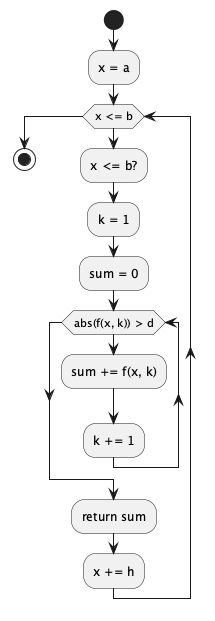
The PlantUML diagram lab2/task_2_28.png in skrix/ap_p1_labs_iot_nulp, before a commit. The source it was exported from:
```plantuml
@startuml
start
:x = a;
while (x <= b)
  :x <= b?;
  :k = 1;
  :sum = 0;
  while (abs(f(x, k)) > d)
    :sum += f(x, k);
    :k += 1;
  endwhile
  :return sum;

  :x += h;
endwhile
stop
@enduml
```
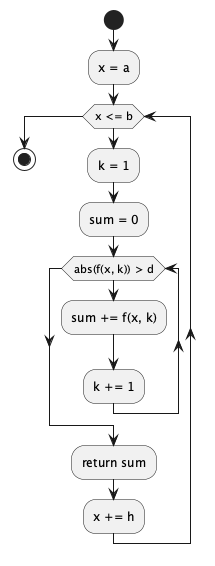
Later version of the same file.

What changed in the source:
```diff
@@ -1,8 +1,7 @@
-@startuml
+@startuml task_2_28
 start
 :x = a;
 while (x <= b)
-  :x <= b?;
   :k = 1;
   :sum = 0;
   while (abs(f(x, k)) > d)
```
